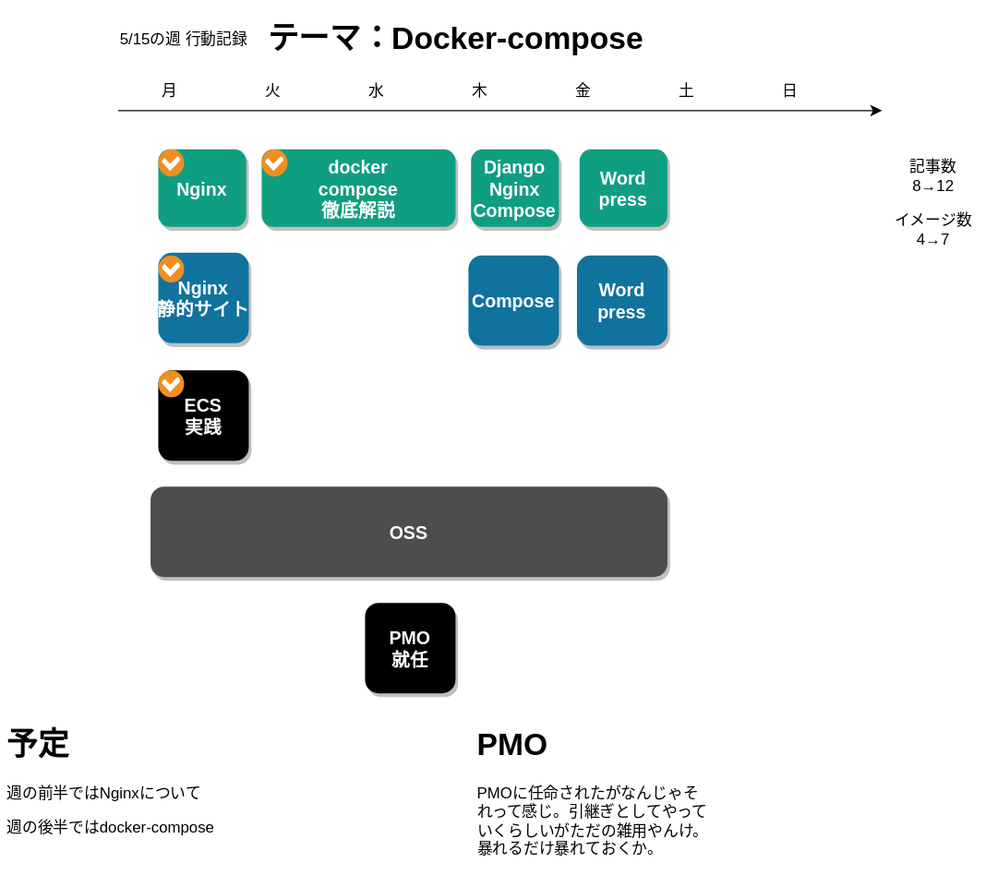
Above: 人生設計-20230515.drawio.svg in minegishirei/draw_v1 (draw.io), before the change. Source tidied: cells renumbered, new cells last; positions are measured from the earlier drawing's top-left corner, leaving out a move shared by most shapes.
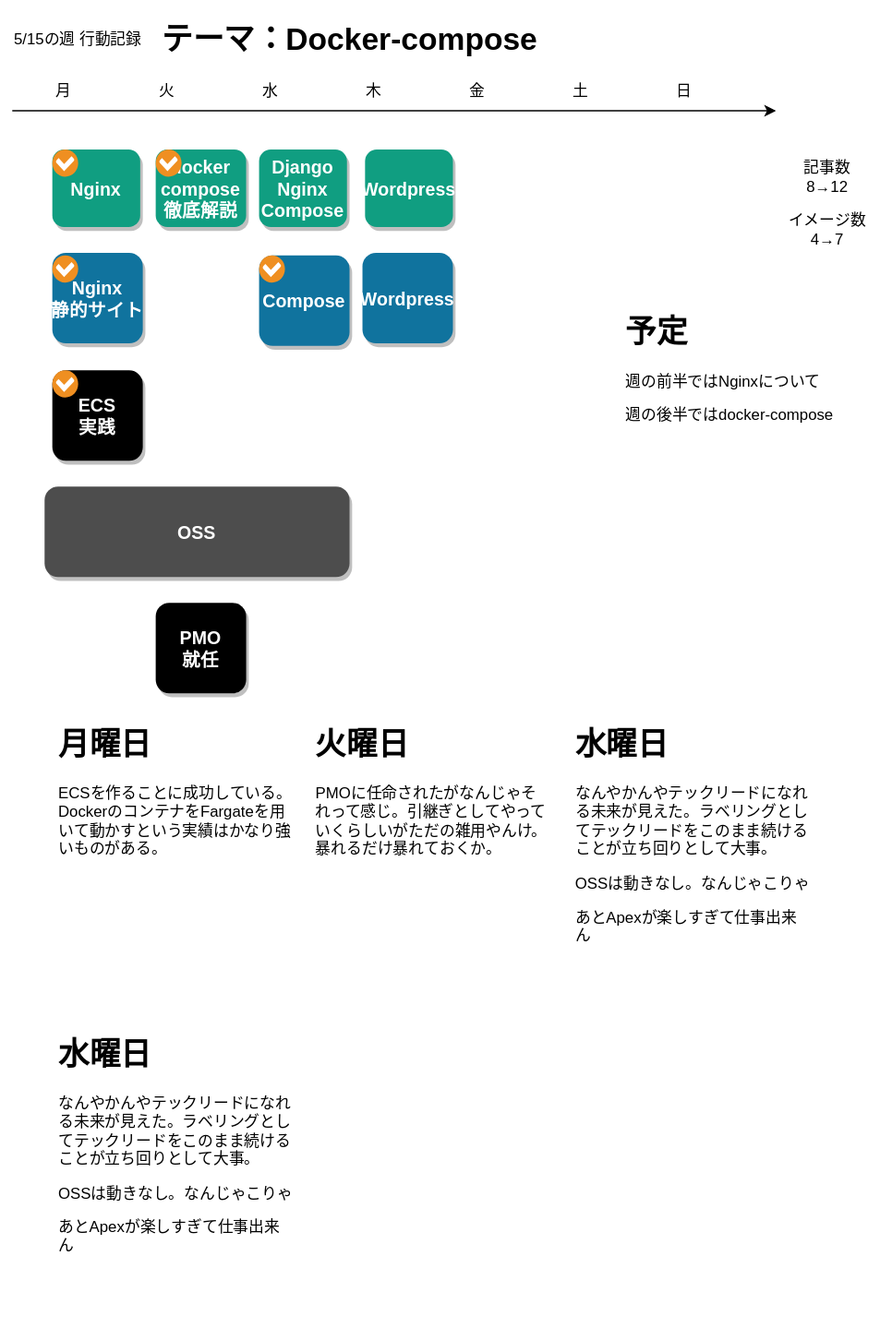
Above is the later version.

Commit message:
人生設計-20230515.drawio.svg を追加しました。

The edit, as a diff of the source:
```diff
@@ -33,13 +33,13 @@
       </mxGeometry>
     </mxCell>
     <mxCell id="11" value="docker&#10;compose&#10;徹底解説" style="rounded=1;fillColor=#109e81;strokeColor=none;shadow=1;gradientColor=none;fontStyle=1;fontColor=#FFFFFF;fontSize=14;" parent="1" vertex="1">
-      <mxGeometry x="202" y="105" width="150" height="60" as="geometry" />
+      <mxGeometry x="202" y="105" width="70" height="60" as="geometry" />
     </mxCell>
     <mxCell id="12" value="Nginx&#10;静的サイト" style="rounded=1;fillColor=#10739E;strokeColor=none;shadow=1;gradientColor=none;fontStyle=1;fontColor=#FFFFFF;fontSize=14;" parent="1" vertex="1">
       <mxGeometry x="122" y="185" width="70" height="70" as="geometry" />
     </mxCell>
     <mxCell id="13" value="Django&#10;Nginx&#10;Compose" style="rounded=1;fillColor=#109e81;strokeColor=none;shadow=1;gradientColor=none;fontStyle=1;fontColor=#FFFFFF;fontSize=14;" parent="1" vertex="1">
-      <mxGeometry x="364" y="105" width="68" height="60" as="geometry" />
+      <mxGeometry x="282" y="105" width="68" height="60" as="geometry" />
     </mxCell>
     <mxCell id="14" value="ECS&#10;実践" style="rounded=1;fillColor=#000000;strokeColor=none;shadow=1;gradientColor=none;fontStyle=1;fontColor=#FFFFFF;fontSize=14;" parent="1" vertex="1">
       <mxGeometry x="122" y="276" width="70" height="70" as="geometry" />
@@ -48,19 +48,19 @@
       <mxGeometry x="82" y="5" width="120" height="30" as="geometry" />
     </mxCell>
     <mxCell id="16" value="&lt;h1&gt;予定&lt;/h1&gt;&lt;p&gt;週の前半ではNginxについて&lt;/p&gt;&lt;p&gt;週の後半ではdocker-compose&lt;/p&gt;" style="text;html=1;strokeColor=none;fillColor=none;spacing=5;spacingTop=-20;whiteSpace=wrap;overflow=hidden;rounded=0;" parent="1" vertex="1">
-      <mxGeometry y="546" width="190" height="120" as="geometry" />
+      <mxGeometry x="561" y="226.5" width="190" height="120" as="geometry" />
     </mxCell>
     <mxCell id="17" value="&lt;h1&gt;テーマ：Docker-compose&lt;/h1&gt;" style="text;html=1;strokeColor=none;fillColor=none;spacing=5;spacingTop=-20;whiteSpace=wrap;overflow=hidden;rounded=0;" parent="1" vertex="1">
       <mxGeometry x="202" width="480" height="40" as="geometry" />
     </mxCell>
     <mxCell id="18" value="Compose" style="rounded=1;fillColor=#10739E;strokeColor=none;shadow=1;gradientColor=none;fontStyle=1;fontColor=#FFFFFF;fontSize=14;" parent="1" vertex="1">
-      <mxGeometry x="362" y="187" width="70" height="70" as="geometry" />
+      <mxGeometry x="282" y="187" width="70" height="70" as="geometry" />
     </mxCell>
-    <mxCell id="19" value="Word&#10;press" style="rounded=1;fillColor=#109e81;strokeColor=none;shadow=1;gradientColor=none;fontStyle=1;fontColor=#FFFFFF;fontSize=14;" parent="1" vertex="1">
-      <mxGeometry x="448" y="105" width="68" height="60" as="geometry" />
+    <mxCell id="19" value="Wordpress" style="rounded=1;fillColor=#109e81;strokeColor=none;shadow=1;gradientColor=none;fontStyle=1;fontColor=#FFFFFF;fontSize=14;" parent="1" vertex="1">
+      <mxGeometry x="364" y="105" width="68" height="60" as="geometry" />
     </mxCell>
-    <mxCell id="20" value="Word&#10;press" style="rounded=1;fillColor=#10739E;strokeColor=none;shadow=1;gradientColor=none;fontStyle=1;fontColor=#FFFFFF;fontSize=14;" parent="1" vertex="1">
-      <mxGeometry x="446" y="187" width="70" height="70" as="geometry" />
+    <mxCell id="20" value="Wordpress" style="rounded=1;fillColor=#10739E;strokeColor=none;shadow=1;gradientColor=none;fontStyle=1;fontColor=#FFFFFF;fontSize=14;" parent="1" vertex="1">
+      <mxGeometry x="362" y="185" width="70" height="70" as="geometry" />
     </mxCell>
     <mxCell id="21" value="記事数&lt;br&gt;8→12" style="text;html=1;strokeColor=none;fillColor=none;align=center;verticalAlign=middle;whiteSpace=wrap;rounded=0;" parent="1" vertex="1">
       <mxGeometry x="682" y="105" width="80" height="41" as="geometry" />
@@ -75,7 +75,7 @@
       <mxGeometry x="122" y="187" width="20" height="21" as="geometry" />
     </mxCell>
     <mxCell id="25" value="OSS" style="rounded=1;fillColor=#4D4D4D;strokeColor=none;shadow=1;gradientColor=none;fontStyle=1;fontColor=#FFFFFF;fontSize=14;" parent="1" vertex="1">
-      <mxGeometry x="116" y="366" width="400" height="70" as="geometry" />
+      <mxGeometry x="116" y="366" width="236" height="70" as="geometry" />
     </mxCell>
     <mxCell id="26" style="shadow=0;dashed=0;html=1;strokeColor=none;fillColor=#EF8F21;labelPosition=center;verticalLabelPosition=bottom;verticalAlign=top;align=center;shape=mxgraph.veeam.checked;" parent="1" vertex="1">
       <mxGeometry x="122" y="276" width="20" height="21" as="geometry" />
@@ -84,10 +84,22 @@
       <mxGeometry x="202" y="105" width="20" height="21" as="geometry" />
     </mxCell>
     <mxCell id="28" value="PMO&#10;就任" style="rounded=1;fillColor=#000000;strokeColor=none;shadow=1;gradientColor=none;fontStyle=1;fontColor=#FFFFFF;fontSize=14;" parent="1" vertex="1">
-      <mxGeometry x="282" y="456" width="70" height="70" as="geometry" />
+      <mxGeometry x="202" y="456" width="70" height="70" as="geometry" />
     </mxCell>
-    <mxCell id="29" value="&lt;h1&gt;PMO&lt;/h1&gt;&lt;p&gt;PMOに任命されたがなんじゃそれって感じ。引継ぎとしてやっていくらしいがただの雑用やんけ。暴れるだけ暴れておくか。&lt;/p&gt;" style="text;html=1;strokeColor=none;fillColor=none;spacing=5;spacingTop=-20;whiteSpace=wrap;overflow=hidden;rounded=0;" parent="1" vertex="1">
-      <mxGeometry x="364" y="546" width="190" height="120" as="geometry" />
+    <mxCell id="29" value="&lt;h1&gt;火曜日&lt;/h1&gt;&lt;p&gt;PMOに任命されたがなんじゃそれって感じ。引継ぎとしてやっていくらしいがただの雑用やんけ。暴れるだけ暴れておくか。&lt;/p&gt;" style="text;html=1;strokeColor=none;fillColor=none;spacing=5;spacingTop=-20;whiteSpace=wrap;overflow=hidden;rounded=0;" parent="1" vertex="1">
+      <mxGeometry x="321" y="546" width="190" height="120" as="geometry" />
     </mxCell>
+    <mxCell id="30" style="shadow=0;dashed=0;html=1;strokeColor=none;fillColor=#EF8F21;labelPosition=center;verticalLabelPosition=bottom;verticalAlign=top;align=center;shape=mxgraph.veeam.checked;" parent="1" vertex="1">
+      <mxGeometry x="282" y="187" width="20" height="21" as="geometry" />
+    </mxCell>
+    <mxCell id="31" value="&lt;h1&gt;水曜日&lt;/h1&gt;&lt;p&gt;なんやかんやテックリードになれる未来が見えた。ラベリングとしてテックリードをこのまま続けることが立ち回りとして大事。&lt;/p&gt;&lt;p&gt;OSSは動きなし。なんじゃこりゃ&lt;/p&gt;&lt;p&gt;あとApexが楽しすぎて仕事出来ん&lt;/p&gt;" style="text;html=1;strokeColor=none;fillColor=none;spacing=5;spacingTop=-20;whiteSpace=wrap;overflow=hidden;rounded=0;" parent="1" vertex="1">
+      <mxGeometry x="522" y="546" width="190" height="240" as="geometry" />
+    </mxCell>
+    <mxCell id="32" value="&lt;h1&gt;月曜日&lt;/h1&gt;&lt;p&gt;ECSを作ることに成功している。DockerのコンテナをFargateを用いて動かすという実績はかなり強いものがある。&lt;/p&gt;" style="text;html=1;strokeColor=none;fillColor=none;spacing=5;spacingTop=-20;whiteSpace=wrap;overflow=hidden;rounded=0;" parent="1" vertex="1">
+      <mxGeometry x="122" y="546" width="190" height="120" as="geometry" />
+    </mxCell>
+    <mxCell id="33" value="&lt;h1&gt;水曜日&lt;/h1&gt;&lt;p&gt;なんやかんやテックリードになれる未来が見えた。ラベリングとしてテックリードをこのまま続けることが立ち回りとして大事。&lt;/p&gt;&lt;p&gt;OSSは動きなし。なんじゃこりゃ&lt;/p&gt;&lt;p&gt;あとApexが楽しすぎて仕事出来ん&lt;/p&gt;" style="text;html=1;strokeColor=none;fillColor=none;spacing=5;spacingTop=-20;whiteSpace=wrap;overflow=hidden;rounded=0;" parent="1" vertex="1">
+      <mxGeometry x="122" y="786" width="190" height="240" as="geometry" />
+    </mxCell>
   </root>
 </mxGraphModel>
```
